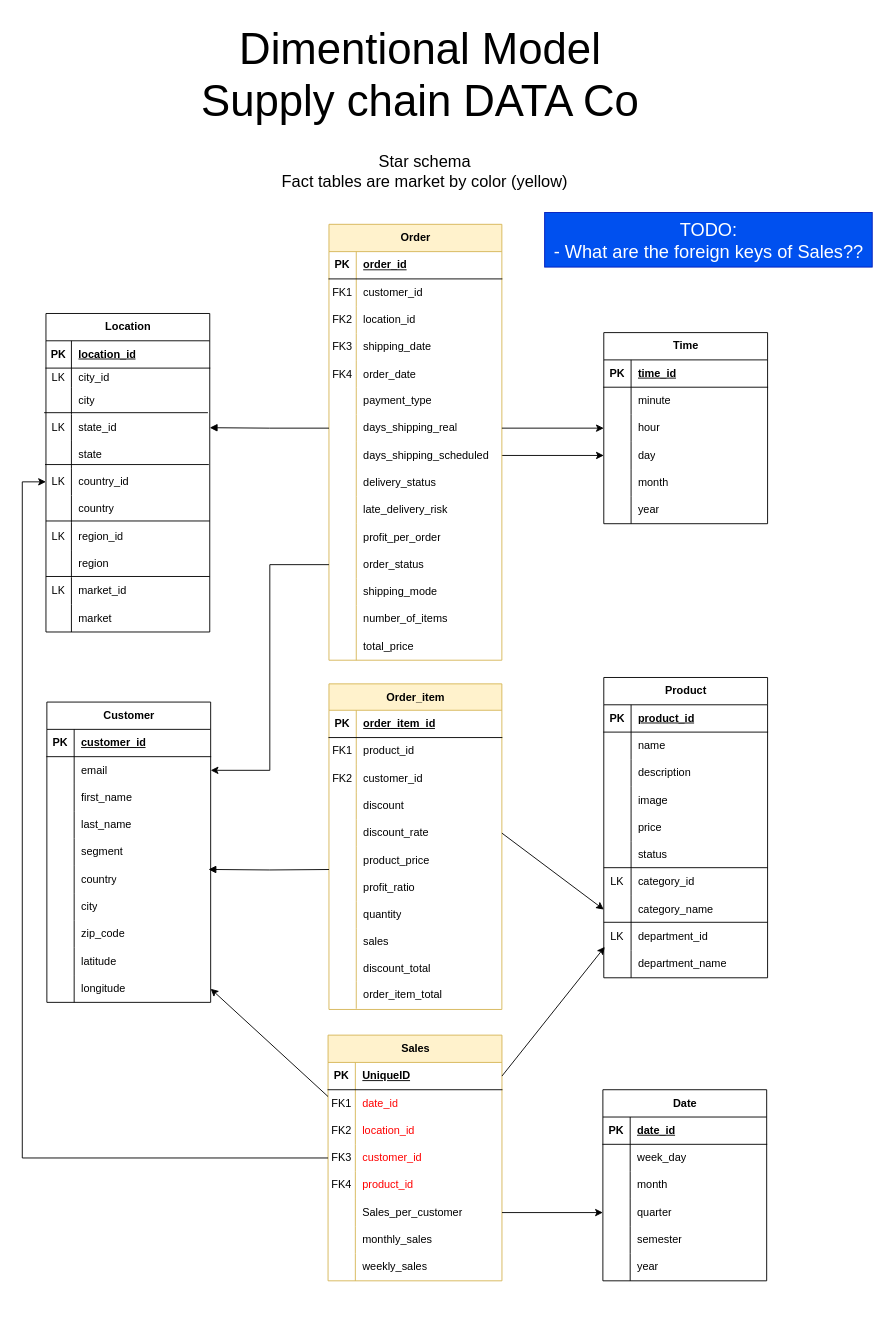
Above: Model-designs/dimentional.drawio in crdsteixeira/DW_project (draw.io), before the change. Source tidied: cells renumbered, new cells numbered last; positions are measured from the earlier drawing's top-left corner, leaving out a move shared by most shapes. Both pictures are drawn from the tidied source at 91%, with x=0, y=0 at pixel (22, 15).
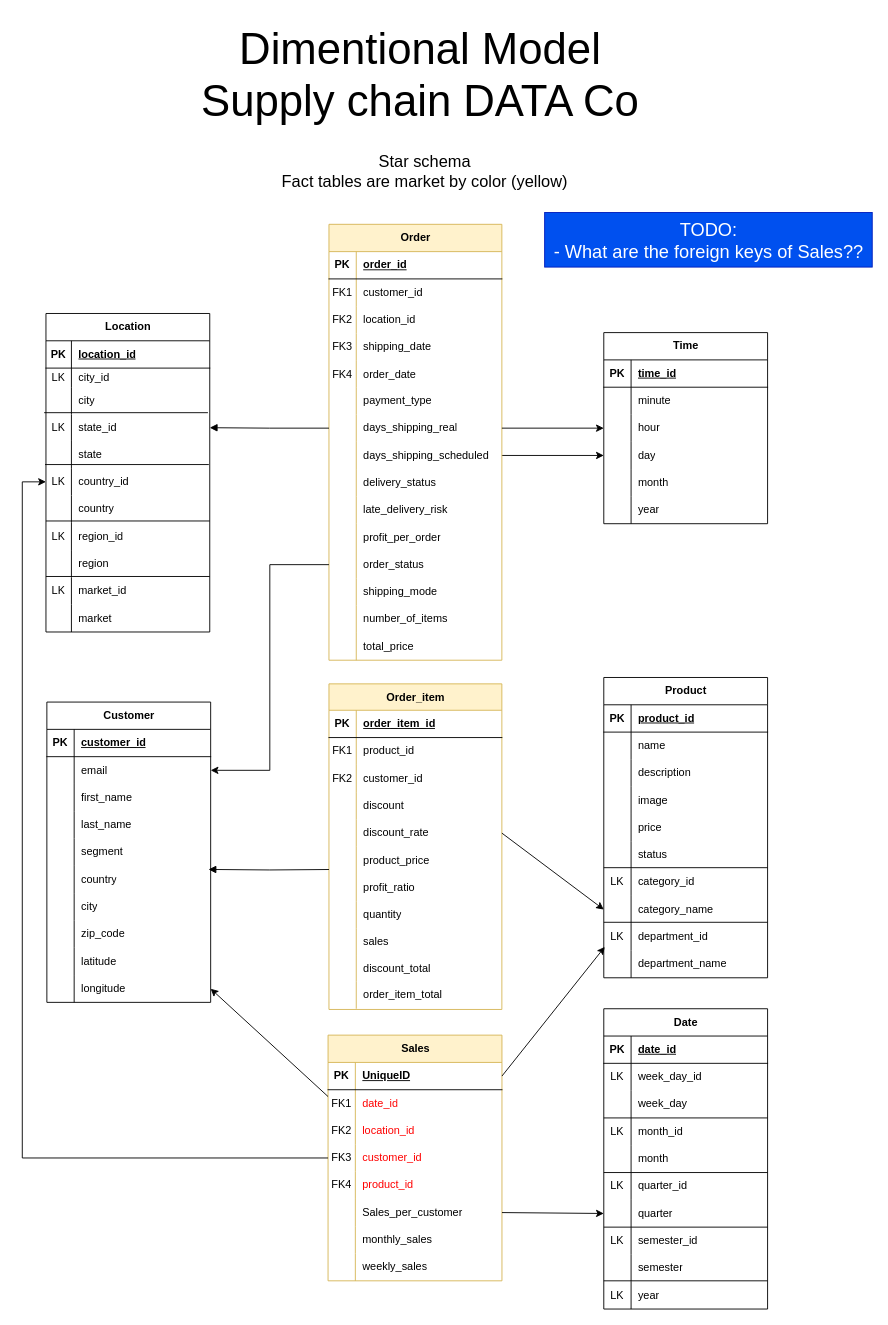
The same page after the edit.

Commit message (it also covers changes not shown here):
Added levels to Time dimensions

The edit, as a diff of the source:
```diff
@@
     <mxCell id="108" value="Date" style="shape=table;startSize=30;childLayout=tableLayout;rowLines=0;fontStyle=1;align=center;html=1;" parent="1" vertex="1">
-      <mxGeometry x="638" y="1180" width="180" height="210" as="geometry" />
+      <mxGeometry x="639" y="1091" width="180" height="330" as="geometry" />
     </mxCell>
@@
+    <mxCell id="260" style="shape=tableRow;horizontal=0;startSize=0;swimlaneHead=0;swimlaneBody=0;fillColor=none;top=0;left=0;right=0;bottom=0;" parent="108" vertex="1">
+      <mxGeometry y="60" width="180" height="30" as="geometry" />
+    </mxCell>
+    <mxCell id="261" value="LK" style="shape=partialRectangle;fillColor=none;top=0;left=0;bottom=0;right=0;overflow=hidden;whiteSpace=wrap;html=1;" parent="260" vertex="1">
+      <mxGeometry width="30" height="30" as="geometry" />
+    </mxCell>
+    <mxCell id="262" value="week_day_id" style="shape=partialRectangle;fillColor=none;top=0;left=0;bottom=0;right=0;align=left;spacingLeft=6;overflow=hidden;whiteSpace=wrap;html=1;" parent="260" vertex="1">
+      <mxGeometry x="30" width="150" height="30" as="geometry" />
+    </mxCell>
     <mxCell id="112" style="shape=tableRow;horizontal=0;startSize=0;swimlaneHead=0;swimlaneBody=0;fillColor=none;top=0;left=0;right=0;bottom=0;" parent="108" vertex="1">
-      <mxGeometry y="60" width="180" height="30" as="geometry" />
+      <mxGeometry y="90" width="180" height="30" as="geometry" />
     </mxCell>
@@
+    <mxCell id="263" style="shape=tableRow;horizontal=0;startSize=0;swimlaneHead=0;swimlaneBody=0;fillColor=none;top=0;left=0;right=0;bottom=0;" parent="108" vertex="1">
+      <mxGeometry y="120" width="180" height="30" as="geometry" />
+    </mxCell>
+    <mxCell id="264" value="LK" style="shape=partialRectangle;fillColor=none;top=0;left=0;bottom=0;right=0;overflow=hidden;whiteSpace=wrap;html=1;" parent="263" vertex="1">
+      <mxGeometry width="30" height="30" as="geometry" />
+    </mxCell>
+    <mxCell id="265" value="month_id" style="shape=partialRectangle;fillColor=none;top=0;left=0;bottom=0;right=0;align=left;spacingLeft=6;overflow=hidden;whiteSpace=wrap;html=1;" parent="263" vertex="1">
+      <mxGeometry x="30" width="150" height="30" as="geometry" />
+    </mxCell>
     <mxCell id="115" style="shape=tableRow;horizontal=0;startSize=0;swimlaneHead=0;swimlaneBody=0;fillColor=none;top=0;left=0;right=0;bottom=0;" parent="108" vertex="1">
-      <mxGeometry y="90" width="180" height="30" as="geometry" />
+      <mxGeometry y="150" width="180" height="30" as="geometry" />
     </mxCell>
@@
+    <mxCell id="266" style="shape=tableRow;horizontal=0;startSize=0;swimlaneHead=0;swimlaneBody=0;fillColor=none;top=0;left=0;right=0;bottom=0;" parent="108" vertex="1">
+      <mxGeometry y="180" width="180" height="30" as="geometry" />
+    </mxCell>
+    <mxCell id="267" value="LK" style="shape=partialRectangle;fillColor=none;top=0;left=0;bottom=0;right=0;overflow=hidden;whiteSpace=wrap;html=1;" parent="266" vertex="1">
+      <mxGeometry width="30" height="30" as="geometry" />
+    </mxCell>
+    <mxCell id="268" value="quarter_id" style="shape=partialRectangle;fillColor=none;top=0;left=0;bottom=0;right=0;align=left;spacingLeft=6;overflow=hidden;whiteSpace=wrap;html=1;" parent="266" vertex="1">
+      <mxGeometry x="30" width="150" height="30" as="geometry" />
+    </mxCell>
     <mxCell id="118" style="shape=tableRow;horizontal=0;startSize=0;swimlaneHead=0;swimlaneBody=0;fillColor=none;points=[[0,0.5],[1,0.5]];portConstraint=eastwest;top=0;left=0;right=0;bottom=0;" parent="108" vertex="1">
-      <mxGeometry y="120" width="180" height="30" as="geometry" />
+      <mxGeometry y="210" width="180" height="30" as="geometry" />
     </mxCell>
@@
+    <mxCell id="269" style="shape=tableRow;horizontal=0;startSize=0;swimlaneHead=0;swimlaneBody=0;fillColor=none;top=0;left=0;right=0;bottom=0;" parent="108" vertex="1">
+      <mxGeometry y="240" width="180" height="30" as="geometry" />
+    </mxCell>
+    <mxCell id="270" value="LK" style="shape=partialRectangle;fillColor=none;top=0;left=0;bottom=0;right=0;overflow=hidden;whiteSpace=wrap;html=1;" parent="269" vertex="1">
+      <mxGeometry width="30" height="30" as="geometry" />
+    </mxCell>
+    <mxCell id="271" value="semester_id" style="shape=partialRectangle;fillColor=none;top=0;left=0;bottom=0;right=0;align=left;spacingLeft=6;overflow=hidden;whiteSpace=wrap;html=1;" parent="269" vertex="1">
+      <mxGeometry x="30" width="150" height="30" as="geometry" />
+    </mxCell>
     <mxCell id="121" style="shape=tableRow;horizontal=0;startSize=0;swimlaneHead=0;swimlaneBody=0;fillColor=none;top=0;left=0;right=0;bottom=0;" parent="108" vertex="1">
-      <mxGeometry y="150" width="180" height="30" as="geometry" />
+      <mxGeometry y="270" width="180" height="30" as="geometry" />
     </mxCell>
@@
     <mxCell id="124" style="shape=tableRow;horizontal=0;startSize=0;swimlaneHead=0;swimlaneBody=0;fillColor=none;top=0;left=0;right=0;bottom=0;" parent="108" vertex="1">
-      <mxGeometry y="180" width="180" height="30" as="geometry" />
+      <mxGeometry y="300" width="180" height="30" as="geometry" />
     </mxCell>
-    <mxCell id="125" style="shape=partialRectangle;fillColor=none;top=0;left=0;bottom=0;right=0;overflow=hidden;whiteSpace=wrap;html=1;" parent="124" vertex="1">
+    <mxCell id="125" value="LK" style="shape=partialRectangle;fillColor=none;top=0;left=0;bottom=0;right=0;overflow=hidden;whiteSpace=wrap;html=1;" parent="124" vertex="1">
       <mxGeometry width="30" height="30" as="geometry" />
     </mxCell>
@@
+    <mxCell id="272" style="line;strokeWidth=1;fillColor=none;align=left;verticalAlign=middle;spacingTop=-1;spacingLeft=3;spacingRight=3;labelPosition=right;strokeColor=inherit;" parent="1" vertex="1">
+      <mxGeometry x="639" y="1207" width="180" height="8" as="geometry" />
+    </mxCell>
+    <mxCell id="273" style="line;strokeWidth=1;fillColor=none;align=left;verticalAlign=middle;spacingTop=-1;spacingLeft=3;spacingRight=3;labelPosition=right;strokeColor=inherit;" parent="1" vertex="1">
+      <mxGeometry x="639" y="1267" width="180" height="8" as="geometry" />
+    </mxCell>
+    <mxCell id="274" style="line;strokeWidth=1;fillColor=none;align=left;verticalAlign=middle;spacingTop=-1;spacingLeft=3;spacingRight=3;labelPosition=right;strokeColor=inherit;" parent="1" vertex="1">
+      <mxGeometry x="639" y="1327" width="180" height="8" as="geometry" />
+    </mxCell>
+    <mxCell id="275" style="line;strokeWidth=1;fillColor=none;align=left;verticalAlign=middle;spacingTop=-1;spacingLeft=3;spacingRight=3;labelPosition=right;strokeColor=inherit;" parent="1" vertex="1">
+      <mxGeometry x="639" y="1386" width="180" height="8" as="geometry" />
+    </mxCell>
```
